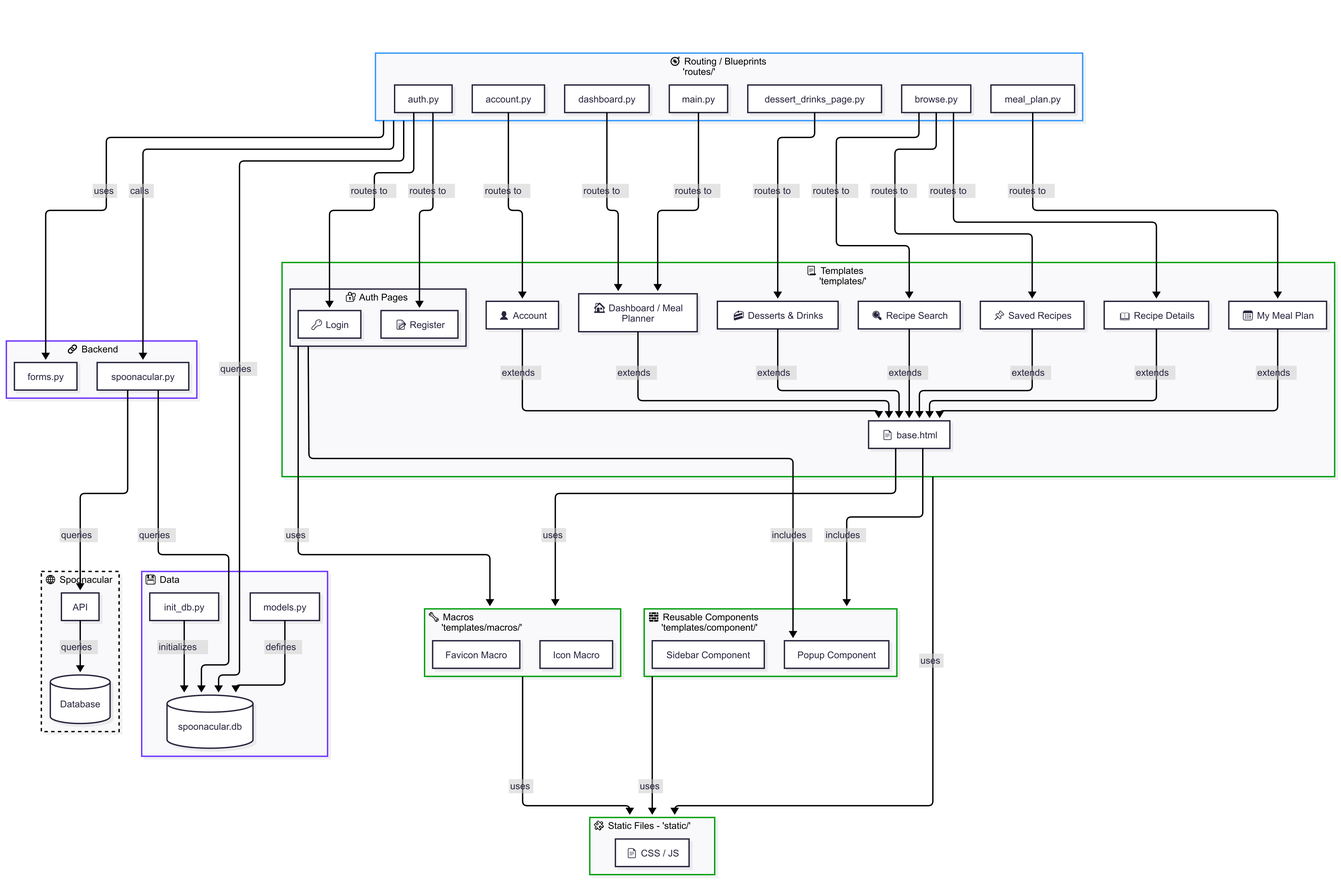
KireStrings/Meal-Planner keeps this Mermaid diagram as doc/diagrams/structure/structure.png. Above is the earlier version. Its source is kept beside it as doc/diagrams/structure/structure.mmd.
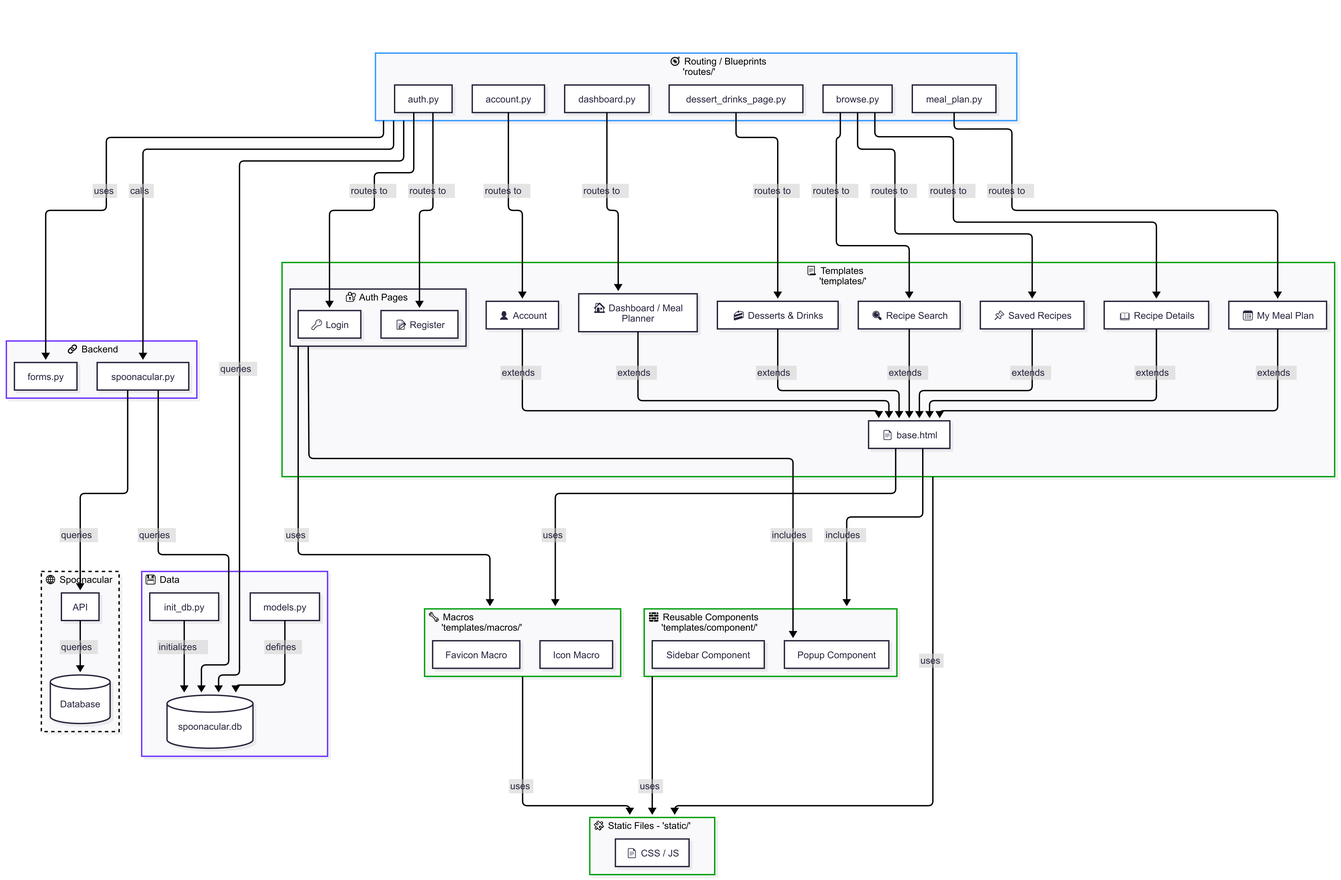
After the commit.

Commit message:
doc: removed main.py in structure diagram

What changed in the source:
```diff
@@ -42,7 +42,6 @@
 end
 
 subgraph Routing["🧭 Routing / Blueprints — 'routes/'"]
-    R1[main.py]
     R2[dashboard.py]
     R6[meal_plan.py]
     R3[dessert_drinks_page.py]
@@ -68,7 +67,6 @@
 end
 
 
-R1 -->|routes to| P2
 R2 -->|routes to| P2
 R3 -->|routes to| P3
 R4 -->|routes to| P4 & P5 & P6
```
